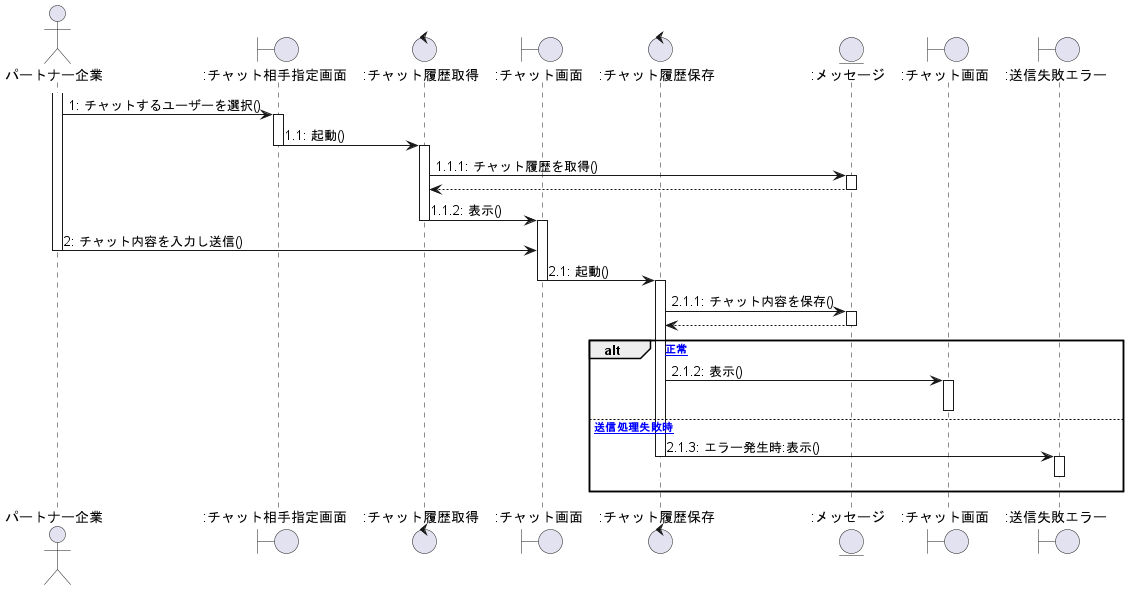
The PlantUML diagram out/client_sequence/チャット.png in ksw2270227/GroupF, before a commit. Source of this version:
```plantuml
@startuml チャット


actor パートナー企業 as 0
Boundary ":チャット相手指定画面" as a
Control ":チャット履歴取得" as d
Boundary ":チャット画面" as c
Control ":チャット履歴保存" as g
Entity ":メッセージ" as en
Boundary ":チャット画面" as e
Boundary ":送信失敗エラー" as f



activate 0
    0 -> a :1: チャットするユーザーを選択()
activate a


a -> d :1.1: 起動()
deactivate a
activate d

d -> en :1.1.1: チャット履歴を取得()
activate en
    d <-- en
deactivate en

d -> c :1.1.2: 表示()
deactivate d
activate c


    0 -> c :2: チャット内容を入力し送信()
deactivate 0


c -> g :2.1: 起動()
deactivate c
activate g

g -> en :2.1.1: チャット内容を保存()
activate en
    g <-- en
deactivate en


alt [正常]
g -> e :2.1.2: 表示()
activate e
deactivate e

else [送信処理失敗時]
g -> f :2.1.3: エラー発生時:表示()
deactivate g
activate f
f -[hidden]-> f
deactivate f

end

@enduml
```
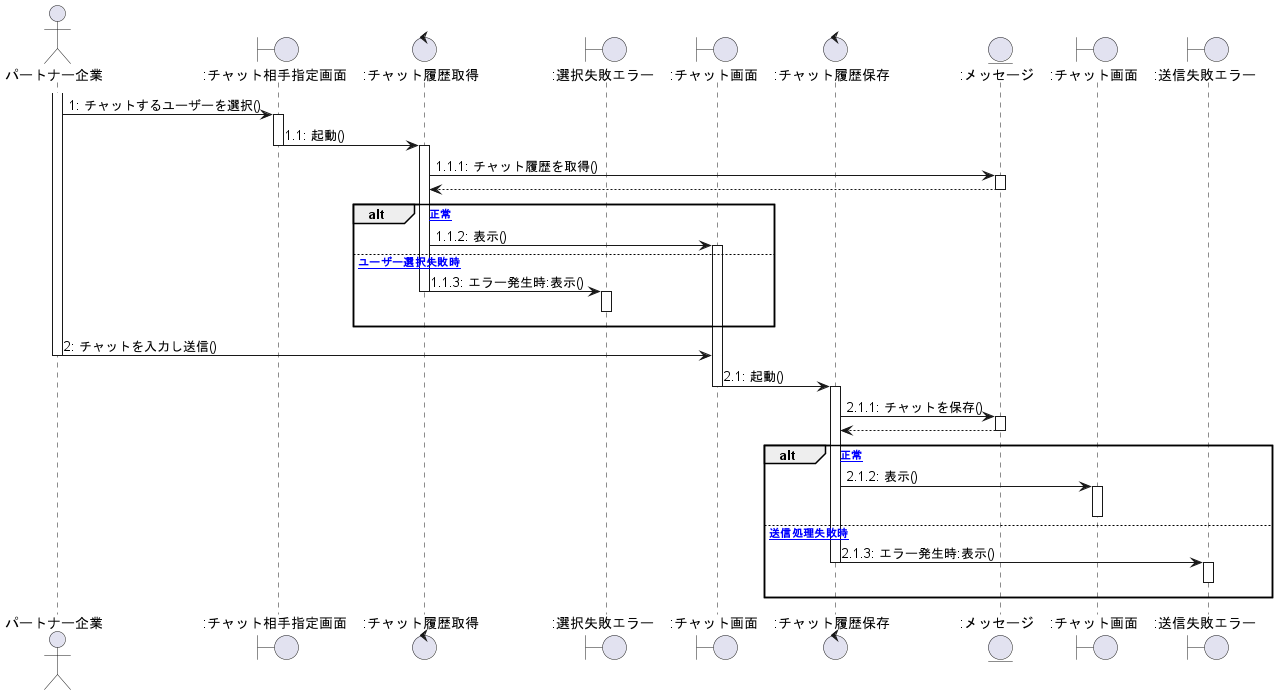
The same file after the commit.

The edit, as a diff of the source:
```diff
@@ -4,6 +4,7 @@
 actor パートナー企業 as 0
 Boundary ":チャット相手指定画面" as a
 Control ":チャット履歴取得" as d
+Boundary ":選択失敗エラー" as h
 Boundary ":チャット画面" as c
 Control ":チャット履歴保存" as g
 Entity ":メッセージ" as en
@@ -26,12 +27,20 @@
     d <-- en
 deactivate en
 
+alt [正常]
 d -> c :1.1.2: 表示()
-deactivate d
 activate c
 
+else [ユーザー選択失敗時]
+d -> h :1.1.3: エラー発生時:表示()
+deactivate d
+activate h
+h -[hidden]-> h
+deactivate h
+end
 
-    0 -> c :2: チャット内容を入力し送信()
+
+0 -> c :2: チャットを入力し送信()
 deactivate 0
 
 
@@ -39,7 +48,7 @@
 deactivate c
 activate g
 
-g -> en :2.1.1: チャット内容を保存()
+g -> en :2.1.1: チャットを保存()
 activate en
     g <-- en
 deactivate en
```
